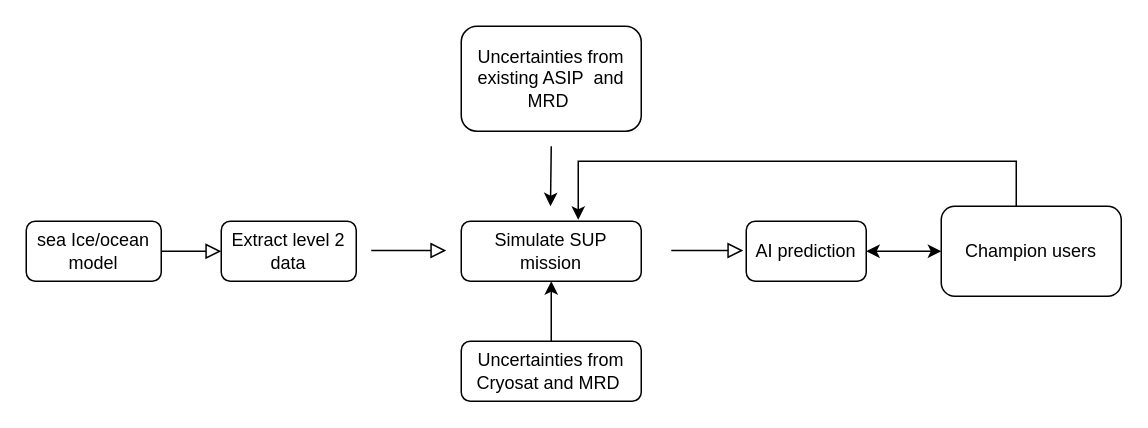
Earlier version of the draw.io diagram flowchart.drawio (TillRasmussen/Drawings). Source tidied: cells renumbered, new cells numbered last; positions are measured from the earlier drawing's top-left corner, leaving out a move shared by most shapes. Both pictures are drawn from the tidied source at 150%, with x=0, y=0 at pixel (26, 26).
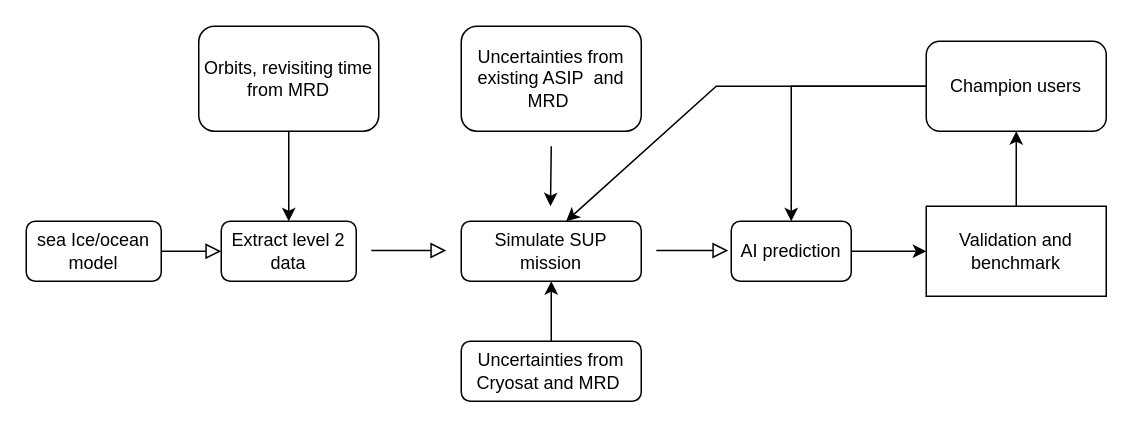
The same page after the edit.

Unchanged cells that the change refers to:
```xml
<mxCell id="8" value="Simulate SUP mission" style="rounded=1;whiteSpace=wrap;html=1;" parent="1" vertex="1">
  <mxGeometry x="290" y="130" width="120" height="40" as="geometry" />
</mxCell>
<mxCell id="12" value="Extract level 2 data" style="rounded=1;whiteSpace=wrap;html=1;" parent="1" vertex="1">
  <mxGeometry x="130" y="130" width="90" height="40" as="geometry" />
</mxCell>
```

Change to the diagram source:
```diff
@@
     <mxCell id="6" style="rounded=0;html=1;jettySize=auto;orthogonalLoop=1;fontSize=11;endArrow=block;endFill=0;endSize=8;strokeWidth=1;shadow=0;labelBackgroundColor=none;edgeStyle=orthogonalEdgeStyle;" parent="1" edge="1">
       <mxGeometry x="0.33" y="20" relative="1" as="geometry">
-        <mxPoint x="430" y="149.5" as="sourcePoint" />
-        <mxPoint x="478" y="149.5" as="targetPoint" />
+        <mxPoint x="420" y="149.5" as="sourcePoint" />
+        <mxPoint x="468" y="149.5" as="targetPoint" />
       </mxGeometry>
     </mxCell>
+    <mxCell id="16" style="edgeStyle=orthogonalEdgeStyle;rounded=0;jettySize=auto;html=1;exitX=1;exitY=0.5;exitDx=0;exitDy=0;entryX=0;entryY=0.5;entryDx=0;entryDy=0;" parent="1" edge="1" source="7" target="22">
+      <mxGeometry relative="1" as="geometry" />
+    </mxCell>
     <mxCell id="7" value="AI prediction" style="rounded=1;whiteSpace=wrap;html=1;fontSize=12;glass=0;strokeWidth=1;shadow=0;" parent="1" vertex="1">
-      <mxGeometry x="480" y="130" width="80" height="40" as="geometry" />
+      <mxGeometry x="470" y="130" width="80" height="40" as="geometry" />
     </mxCell>
@@
+    <mxCell id="17" style="edgeStyle=orthogonalEdgeStyle;rounded=0;jettySize=auto;html=1;" parent="1" edge="1" source="13" target="7">
+      <mxGeometry relative="1" as="geometry" />
+    </mxCell>
     <mxCell id="13" value="Champion users" style="rounded=1;whiteSpace=wrap;html=1;" parent="1" vertex="1">
-      <mxGeometry x="610" y="120" width="120" height="60" as="geometry" />
+      <mxGeometry x="600" y="10" width="120" height="60" as="geometry" />
     </mxCell>
-    <mxCell id="14" style="endArrow=classic;html=1;rounded=0;entryX=0.65;entryY=-0.025;entryDx=0;entryDy=0;entryPerimeter=0;" parent="1" edge="1" target="8">
-      <mxGeometry relative="1" as="geometry">
-        <mxPoint x="660" y="120" as="sourcePoint" />
-        <Array as="points">
-          <mxPoint x="660" y="90" />
-          <mxPoint x="368" y="90" />
-        </Array>
-      </mxGeometry>
-    </mxCell>
-    <mxCell id="15" style="endArrow=classic;startArrow=classic;html=1;rounded=0;exitX=1;exitY=0.5;exitDx=0;exitDy=0;" parent="1" edge="1" source="7">
-      <mxGeometry relative="1" as="geometry">
-        <mxPoint x="610" y="150" as="targetPoint" />
-      </mxGeometry>
-    </mxCell>
+    <mxCell id="18" style="edgeStyle=orthogonalEdgeStyle;rounded=0;jettySize=auto;html=1;" parent="1" edge="1" source="19" target="12">
+      <mxGeometry relative="1" as="geometry" />
+    </mxCell>
+    <mxCell id="19" value="Orbits, revisiting time from MRD" style="rounded=1;whiteSpace=wrap;html=1;" parent="1" vertex="1">
+      <mxGeometry x="115" width="120" height="70" as="geometry" />
+    </mxCell>
+    <mxCell id="20" style="endArrow=classic;html=1;rounded=0;entryX=0.583;entryY=0;entryDx=0;entryDy=0;entryPerimeter=0;" parent="1" edge="1" target="8">
+      <mxGeometry relative="1" as="geometry">
+        <mxPoint x="600" y="40" as="sourcePoint" />
+        <Array as="points">
+          <mxPoint x="460" y="40" />
+        </Array>
+      </mxGeometry>
+    </mxCell>
+    <mxCell id="21" style="edgeStyle=orthogonalEdgeStyle;rounded=0;jettySize=auto;html=1;exitX=0.5;exitY=0;exitDx=0;exitDy=0;entryX=0.5;entryY=1;entryDx=0;entryDy=0;" parent="1" edge="1" source="22" target="13">
+      <mxGeometry relative="1" as="geometry" />
+    </mxCell>
+    <mxCell id="22" value="Validation and benchmark" style="rounded=0;whiteSpace=wrap;html=1;" parent="1" vertex="1">
+      <mxGeometry x="600" y="120" width="120" height="60" as="geometry" />
+    </mxCell>
```
